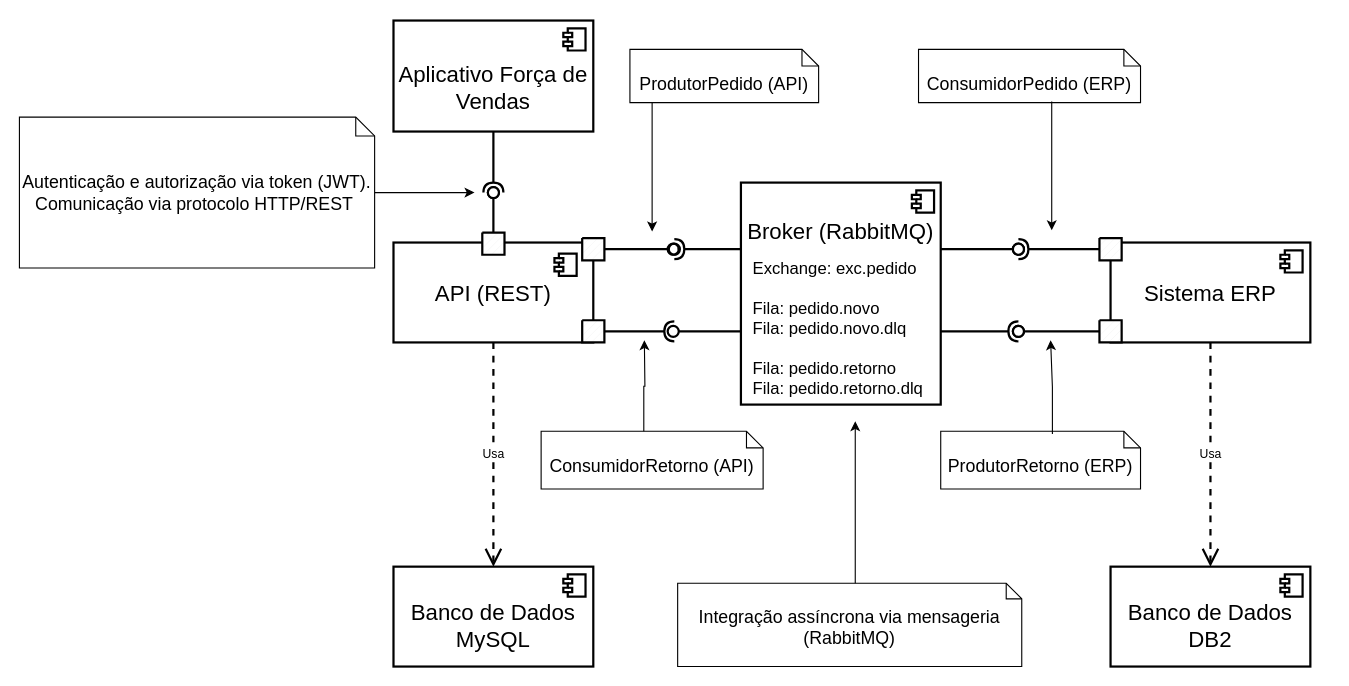
RicarlosJunior/TCC-MBA-Engenharia-Software-USP-Esalq keeps this draw.io diagram as tcc-final/artefatos/diagramas/DiagramaComponente.drawio. Above is the earlier version. Source tidied: cells renumbered, new cells numbered last; positions are measured from the earlier drawing's top-left corner, leaving out a move shared by most shapes. Both pictures are drawn from the tidied source at 111%, with x=0, y=0 at pixel (19, 20).
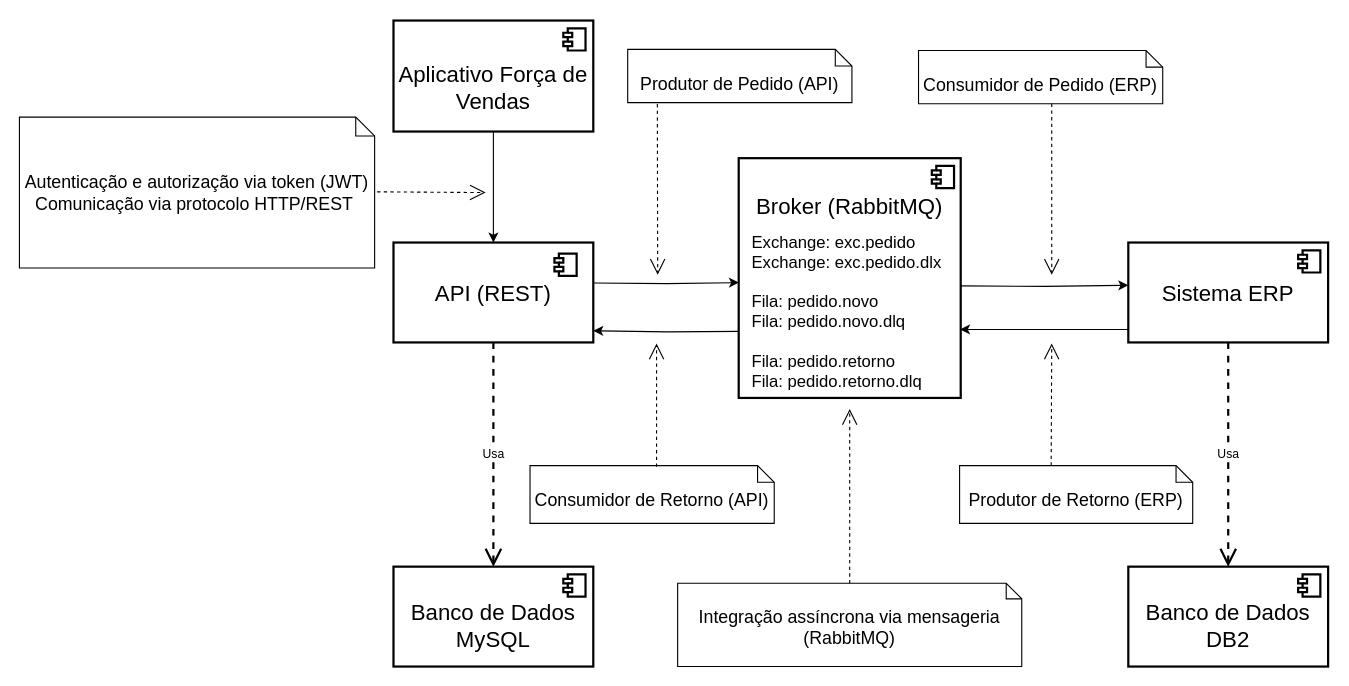
The same page after the edit.

Unchanged cells that the change refers to:
```xml
<mxCell id="2" value="Aplicativo Força de Vendas&lt;div&gt;&lt;br&gt;&lt;/div&gt;" style="html=1;whiteSpace=wrap;strokeWidth=2;fontStyle=0;fontSize=20;verticalAlign=top;spacingTop=30;" parent="1" vertex="1">
  <mxGeometry x="337" width="180" height="100" as="geometry" />
</mxCell>
<mxCell id="4" value="&lt;div&gt;API (REST)&lt;/div&gt;" style="html=1;whiteSpace=wrap;strokeWidth=2;fontStyle=0;fontSize=20;" parent="1" vertex="1">
  <mxGeometry x="337" y="200" width="180" height="90" as="geometry" />
</mxCell>
<mxCell id="23" value="&lt;div&gt;Banco de Dados MySQL&lt;/div&gt;" style="html=1;whiteSpace=wrap;strokeWidth=2;fontStyle=0;fontSize=20;verticalAlign=middle;spacingTop=15;" parent="1" vertex="1">
  <mxGeometry x="337" y="492" width="180" height="90" as="geometry" />
</mxCell>
<mxCell id="45" value="Integração assíncrona via mensageria (RabbitMQ)" style="shape=note2;boundedLbl=1;whiteSpace=wrap;html=1;size=14;verticalAlign=top;align=center;fontSize=16;strokeWidth=1;" parent="1" vertex="1">
  <mxGeometry x="593" y="507" width="310" height="75" as="geometry" />
</mxCell>
```

The edit, as a diff of the source:
```diff
@@
+    <mxCell id="51" style="edgeStyle=orthogonalEdgeStyle;rounded=0;jettySize=auto;html=1;entryX=0.5;entryY=0;entryDx=0;entryDy=0;" parent="1" edge="1" source="2" target="4">
+      <mxGeometry relative="1" as="geometry" />
+    </mxCell>
@@
-    <mxCell id="6" style="rounded=0;jettySize=auto;html=1;endArrow=halfCircle;endFill=0;endSize=6;strokeWidth=2;sketch=0;exitX=0.5;exitY=1;exitDx=0;exitDy=0;fontStyle=0;fontColor=light-dark(#000000,#000000);" parent="1" edge="1" source="2" target="8">
-      <mxGeometry relative="1" as="geometry" />
-    </mxCell>
-    <mxCell id="7" style="rounded=0;jettySize=auto;html=1;endArrow=oval;endFill=0;sketch=0;sourcePerimeterSpacing=0;targetPerimeterSpacing=0;endSize=10;exitX=0.5;exitY=0;exitDx=0;exitDy=0;strokeWidth=2;fontStyle=0;fontColor=light-dark(#000000,#000000);" parent="1" edge="1" source="4" target="8">
-      <mxGeometry relative="1" as="geometry" />
-    </mxCell>
-    <mxCell id="8" style="ellipse;whiteSpace=wrap;html=1;align=center;perimeter=centerPerimeter;points=[];outlineConnect=1;strokeWidth=2;fontStyle=0;" parent="1" vertex="1">
-      <mxGeometry x="422" y="150" width="10" height="10" as="geometry" />
-    </mxCell>
+    <mxCell id="52" style="edgeStyle=orthogonalEdgeStyle;rounded=0;orthogonalLoop=1;jettySize=auto;html=1;exitX=0;exitY=0.75;exitDx=0;exitDy=0;entryX=1;entryY=0.75;entryDx=0;entryDy=0;" parent="1" edge="1">
+      <mxGeometry relative="1" as="geometry">
+        <mxPoint x="649.5" y="280" as="sourcePoint" />
+        <mxPoint x="517" y="279.5" as="targetPoint" />
+      </mxGeometry>
+    </mxCell>
     <mxCell id="9" value="Broker (RabbitMQ)" style="whiteSpace=wrap;strokeWidth=2;fontStyle=0;fontSize=20;verticalAlign=top;horizontal=1;labelPosition=center;verticalLabelPosition=middle;align=center;spacingTop=25;" parent="1" vertex="1">
-      <mxGeometry x="650" y="146" width="180" height="200" as="geometry" />
+      <mxGeometry x="648" y="124" width="200" height="216" as="geometry" />
     </mxCell>
@@
-    <mxCell id="11" style="rounded=0;orthogonalLoop=1;jettySize=auto;html=1;endArrow=halfCircle;endFill=0;endSize=6;strokeWidth=2;sketch=0;exitX=0;exitY=0.5;exitDx=0;exitDy=0;fontStyle=0;fontColor=light-dark(#000000,#000000);" parent="1" edge="1">
-      <mxGeometry relative="1" as="geometry">
-        <mxPoint x="650" y="206" as="sourcePoint" />
-        <mxPoint x="590" y="206" as="targetPoint" />
-      </mxGeometry>
-    </mxCell>
-    <mxCell id="12" style="rounded=0;orthogonalLoop=1;jettySize=auto;html=1;endArrow=oval;endFill=0;sketch=0;sourcePerimeterSpacing=0;targetPerimeterSpacing=0;endSize=10;strokeWidth=2;fontStyle=0;fontColor=light-dark(#000000,#000000);" parent="1" edge="1">
-      <mxGeometry relative="1" as="geometry">
-        <mxPoint x="593" y="206" as="sourcePoint" />
-        <mxPoint x="590" y="206" as="targetPoint" />
-      </mxGeometry>
-    </mxCell>
-    <mxCell id="13" style="rounded=0;jettySize=auto;html=1;endArrow=halfCircle;endFill=0;endSize=6;strokeWidth=2;sketch=0;fontStyle=0;fontColor=light-dark(#000000,#000000);" parent="1" edge="1" source="34">
-      <mxGeometry relative="1" as="geometry">
-        <mxPoint x="590" y="280" as="targetPoint" />
-      </mxGeometry>
-    </mxCell>
-    <mxCell id="14" style="rounded=0;orthogonalLoop=1;jettySize=auto;html=1;endArrow=oval;endFill=0;sketch=0;sourcePerimeterSpacing=0;targetPerimeterSpacing=0;endSize=10;strokeWidth=2;fontStyle=0;fontColor=light-dark(#000000,#000000);" parent="1" edge="1">
-      <mxGeometry relative="1" as="geometry">
-        <mxPoint x="650" y="280" as="sourcePoint" />
-        <mxPoint x="589" y="280" as="targetPoint" />
-      </mxGeometry>
-    </mxCell>
     <mxCell id="15" value="&lt;div&gt;Sistema ERP&lt;/div&gt;" style="html=1;whiteSpace=wrap;strokeWidth=2;fontStyle=0;fontSize=20;" parent="1" vertex="1">
-      <mxGeometry x="983" y="200" width="180" height="90" as="geometry" />
+      <mxGeometry x="999" y="200" width="180" height="90" as="geometry" />
     </mxCell>
@@
-    <mxCell id="17" style="rounded=0;jettySize=auto;html=1;endArrow=halfCircle;endFill=0;endSize=6;strokeWidth=2;sketch=0;exitX=0;exitY=0.5;exitDx=0;exitDy=0;fontStyle=0;fontColor=light-dark(#000000,#000000);" parent="1" edge="1" source="31" target="19">
-      <mxGeometry relative="1" as="geometry" />
-    </mxCell>
-    <mxCell id="18" style="rounded=0;jettySize=auto;html=1;endArrow=oval;endFill=0;sketch=0;sourcePerimeterSpacing=0;targetPerimeterSpacing=0;endSize=10;strokeWidth=2;fontStyle=0;fontColor=light-dark(#000000,#000000);" parent="1" edge="1" target="19">
-      <mxGeometry relative="1" as="geometry">
-        <mxPoint x="830" y="206" as="sourcePoint" />
-      </mxGeometry>
-    </mxCell>
-    <mxCell id="19" style="ellipse;whiteSpace=wrap;html=1;align=center;perimeter=centerPerimeter;points=[];outlineConnect=1;strokeWidth=2;fontStyle=0;" parent="1" vertex="1">
-      <mxGeometry x="895" y="201" width="10" height="10" as="geometry" />
-    </mxCell>
-    <mxCell id="20" style="rounded=0;jettySize=auto;html=1;endArrow=halfCircle;endFill=0;endSize=6;strokeWidth=2;sketch=0;fontStyle=0;fontColor=light-dark(#000000,#000000);entryX=0.35;entryY=0.533;entryDx=0;entryDy=0;entryPerimeter=0;" parent="1" edge="1" target="22">
-      <mxGeometry relative="1" as="geometry">
-        <mxPoint x="830" y="280" as="sourcePoint" />
-      </mxGeometry>
-    </mxCell>
-    <mxCell id="21" style="rounded=0;jettySize=auto;html=1;endArrow=oval;endFill=0;sketch=0;sourcePerimeterSpacing=0;targetPerimeterSpacing=0;endSize=10;strokeWidth=2;fontStyle=0;fontColor=light-dark(#000000,#000000);exitX=0;exitY=0.5;exitDx=0;exitDy=0;exitPerimeter=0;entryX=0.683;entryY=0.45;entryDx=0;entryDy=0;entryPerimeter=0;" parent="1" edge="1" source="32" target="22">
-      <mxGeometry relative="1" as="geometry" />
-    </mxCell>
-    <mxCell id="22" style="ellipse;whiteSpace=wrap;html=1;align=center;perimeter=centerPerimeter;points=[];outlineConnect=1;strokeWidth=2;fontStyle=0;" parent="1" vertex="1">
-      <mxGeometry x="895" y="275" width="10" height="10" as="geometry" />
-    </mxCell>
@@
-    <mxCell id="25" value="Usa" style="endArrow=open;endSize=12;dashed=1;html=1;rounded=0;exitX=0.5;exitY=1;exitDx=0;exitDy=0;entryX=0.5;entryY=0;entryDx=0;entryDy=0;strokeWidth=2;fontStyle=0;fontColor=light-dark(#000000,#000000);" parent="1" edge="1" source="4" target="23">
+    <mxCell id="25" value="Usa" style="endArrow=open;endSize=12;dashed=1;html=1;rounded=0;exitX=0.5;exitY=1;exitDx=0;exitDy=0;entryX=0.5;entryY=0;entryDx=0;entryDy=0;strokeWidth=2;fontStyle=0;fontColor=default;labelBackgroundColor=default;" parent="1" edge="1" source="4" target="23">
       <mxGeometry relative="1" as="geometry" />
     </mxCell>
     <mxCell id="26" value="&lt;div&gt;Banco de Dados DB2&lt;/div&gt;" style="html=1;whiteSpace=wrap;strokeWidth=2;fontStyle=0;fontSize=20;spacingTop=15;" parent="1" vertex="1">
-      <mxGeometry x="983" y="492" width="180" height="90" as="geometry" />
+      <mxGeometry x="999" y="492" width="180" height="90" as="geometry" />
     </mxCell>
@@
-    <mxCell id="28" value="Usa" style="endArrow=open;endSize=12;dashed=1;html=1;rounded=0;exitX=0.5;exitY=1;exitDx=0;exitDy=0;entryX=0.5;entryY=0;entryDx=0;entryDy=0;strokeWidth=2;fontStyle=0;fontColor=light-dark(#000000,#000000);" parent="1" edge="1" source="15" target="26">
+    <mxCell id="28" value="Usa" style="endArrow=open;endSize=12;dashed=1;html=1;rounded=0;exitX=0.5;exitY=1;exitDx=0;exitDy=0;entryX=0.5;entryY=0;entryDx=0;entryDy=0;strokeWidth=2;fontStyle=0;fontColor=default;" parent="1" edge="1" source="15" target="26">
       <mxGeometry relative="1" as="geometry" />
     </mxCell>
-    <mxCell id="29" style="verticalLabelPosition=bottom;verticalAlign=top;html=1;shape=mxgraph.basic.patternFillRect;fillStyle=diag;step=5;fillStrokeWidth=0.2;fillStrokeColor=#dddddd;strokeWidth=2;fontStyle=0;" parent="1" vertex="1">
-      <mxGeometry x="417" y="191" width="20" height="20" as="geometry" />
-    </mxCell>
-    <mxCell id="30" style="rounded=0;orthogonalLoop=1;jettySize=auto;html=1;endArrow=halfCircle;endFill=0;endSize=6;strokeWidth=2;sketch=0;exitX=0;exitY=0.5;exitDx=0;exitDy=0;fontStyle=0;fontColor=light-dark(#000000,#000000);" parent="1" edge="1">
-      <mxGeometry relative="1" as="geometry">
-        <mxPoint x="983" y="206" as="sourcePoint" />
-        <mxPoint x="993" y="206" as="targetPoint" />
-      </mxGeometry>
-    </mxCell>
-    <mxCell id="31" style="verticalLabelPosition=bottom;verticalAlign=top;html=1;shape=mxgraph.basic.patternFillRect;fillStyle=diag;step=5;fillStrokeWidth=0.2;fillStrokeColor=#dddddd;strokeWidth=2;fontStyle=0;" parent="1" vertex="1">
-      <mxGeometry x="973" y="196" width="20" height="20" as="geometry" />
-    </mxCell>
-    <mxCell id="32" style="verticalLabelPosition=bottom;verticalAlign=top;html=1;shape=mxgraph.basic.patternFillRect;fillStyle=diag;step=5;fillStrokeWidth=0.2;fillStrokeColor=#dddddd;strokeWidth=2;fontStyle=0;" parent="1" vertex="1">
-      <mxGeometry x="973" y="270" width="20" height="20" as="geometry" />
-    </mxCell>
-    <mxCell id="33" style="rounded=0;jettySize=auto;html=1;endArrow=halfCircle;endFill=0;endSize=6;strokeWidth=2;sketch=0;fontStyle=0;fontColor=light-dark(#000000,#000000);" parent="1" edge="1" target="34">
-      <mxGeometry relative="1" as="geometry">
-        <mxPoint x="517" y="280" as="sourcePoint" />
-      </mxGeometry>
-    </mxCell>
-    <mxCell id="34" style="verticalLabelPosition=bottom;verticalAlign=top;html=1;shape=mxgraph.basic.patternFillRect;fillStyle=diag;step=5;fillStrokeWidth=0.2;fillStrokeColor=#dddddd;strokeWidth=2;fontStyle=0;" parent="1" vertex="1">
-      <mxGeometry x="507" y="270" width="20" height="20" as="geometry" />
-    </mxCell>
-    <mxCell id="35" style="verticalLabelPosition=bottom;verticalAlign=top;html=1;shape=mxgraph.basic.patternFillRect;fillStyle=diag;step=5;fillStrokeWidth=0.2;fillStrokeColor=#dddddd;strokeWidth=2;fontStyle=0;" parent="1" vertex="1">
-      <mxGeometry x="507" y="196" width="20" height="20" as="geometry" />
-    </mxCell>
-    <mxCell id="36" style="edgeStyle=orthogonalEdgeStyle;rounded=0;jettySize=auto;html=1;" parent="1" edge="1" source="37">
-      <mxGeometry relative="1" as="geometry">
-        <mxPoint x="410" y="155" as="targetPoint" />
-      </mxGeometry>
-    </mxCell>
-    <mxCell id="37" value="Autenticação e autorização via token (JWT).&lt;br&gt;Comunicação via protocolo HTTP/REST&amp;nbsp;" style="shape=note2;boundedLbl=1;whiteSpace=wrap;html=1;size=17;verticalAlign=middle;align=center;fontSize=16;strokeWidth=1;" parent="1" vertex="1">
+    <mxCell id="37" value="Autenticação e autorização via token (JWT)&lt;br&gt;Comunicação via protocolo HTTP/REST&amp;nbsp;" style="shape=note2;boundedLbl=1;whiteSpace=wrap;html=1;size=17;verticalAlign=middle;align=center;fontSize=16;strokeWidth=1;" parent="1" vertex="1">
       <mxGeometry y="87" width="320" height="136" as="geometry" />
     </mxCell>
-    <mxCell id="38" style="edgeStyle=orthogonalEdgeStyle;rounded=0;orthogonalLoop=1;jettySize=auto;html=1;" parent="1" edge="1">
-      <mxGeometry relative="1" as="geometry">
-        <mxPoint x="570" y="74" as="sourcePoint" />
-        <mxPoint x="570" y="190" as="targetPoint" />
-      </mxGeometry>
-    </mxCell>
-    <mxCell id="39" value="ProdutorPedido (API)&lt;div&gt;&lt;br&gt;&lt;/div&gt;" style="shape=note2;boundedLbl=1;whiteSpace=wrap;html=1;size=15;verticalAlign=top;align=center;fontSize=16;strokeWidth=1;" parent="1" vertex="1">
-      <mxGeometry x="550" y="26" width="170" height="48" as="geometry" />
+    <mxCell id="39" value="Produtor de Pedido (API)&lt;div&gt;&lt;br&gt;&lt;/div&gt;" style="shape=note2;boundedLbl=1;whiteSpace=wrap;html=1;size=15;verticalAlign=top;align=center;fontSize=16;strokeWidth=1;" parent="1" vertex="1">
+      <mxGeometry x="548" y="26" width="202" height="48" as="geometry" />
     </mxCell>
-    <mxCell id="40" value="ConsumidorRetorno (API)&lt;div&gt;&lt;br&gt;&lt;/div&gt;&lt;div&gt;&lt;br&gt;&lt;div&gt;&lt;br&gt;&lt;/div&gt;&lt;/div&gt;" style="shape=note2;boundedLbl=1;whiteSpace=wrap;html=1;size=15;verticalAlign=top;align=center;fontSize=16;strokeWidth=1;" parent="1" vertex="1">
-      <mxGeometry x="470" y="370" width="200" height="52" as="geometry" />
+    <mxCell id="40" value="Consumidor de Retorno (API)&lt;div&gt;&lt;br&gt;&lt;/div&gt;&lt;div&gt;&lt;br&gt;&lt;div&gt;&lt;br&gt;&lt;/div&gt;&lt;/div&gt;" style="shape=note2;boundedLbl=1;whiteSpace=wrap;html=1;size=15;verticalAlign=top;align=center;fontSize=16;strokeWidth=1;" parent="1" vertex="1">
+      <mxGeometry x="460" y="401" width="220" height="52" as="geometry" />
     </mxCell>
-    <mxCell id="41" value="ConsumidorPedido (ERP)&lt;div&gt;&lt;br&gt;&lt;/div&gt;&lt;div&gt;&lt;br&gt;&lt;div&gt;&lt;br&gt;&lt;/div&gt;&lt;/div&gt;" style="shape=note2;boundedLbl=1;whiteSpace=wrap;html=1;size=15;verticalAlign=top;align=center;fontSize=16;strokeWidth=1;" parent="1" vertex="1">
-      <mxGeometry x="810" y="26" width="200" height="48" as="geometry" />
+    <mxCell id="41" value="Consumidor de Pedido (ERP)&lt;div&gt;&lt;br&gt;&lt;/div&gt;&lt;div&gt;&lt;br&gt;&lt;div&gt;&lt;br&gt;&lt;/div&gt;&lt;/div&gt;" style="shape=note2;boundedLbl=1;whiteSpace=wrap;html=1;size=15;verticalAlign=top;align=center;fontSize=16;strokeWidth=1;" parent="1" vertex="1">
+      <mxGeometry x="810" y="27" width="220" height="48" as="geometry" />
     </mxCell>
-    <mxCell id="42" value="ProdutorRetorno&amp;nbsp;&lt;span style=&quot;background-color: transparent; color: light-dark(rgb(0, 0, 0), rgb(255, 255, 255));&quot;&gt;(ERP)&lt;/span&gt;" style="shape=note2;boundedLbl=1;whiteSpace=wrap;html=1;size=15;verticalAlign=top;align=center;fontSize=16;strokeWidth=1;" parent="1" vertex="1">
-      <mxGeometry x="830" y="370" width="180" height="52" as="geometry" />
+    <mxCell id="42" value="Produtor de Retorno&amp;nbsp;&lt;span style=&quot;background-color: transparent; color: light-dark(rgb(0, 0, 0), rgb(255, 255, 255));&quot;&gt;(ERP)&lt;/span&gt;" style="shape=note2;boundedLbl=1;whiteSpace=wrap;html=1;size=15;verticalAlign=top;align=center;fontSize=16;strokeWidth=1;" parent="1" vertex="1">
+      <mxGeometry x="847" y="401" width="210" height="52" as="geometry" />
     </mxCell>
@@
-    <mxCell id="44" style="edgeStyle=orthogonalEdgeStyle;rounded=0;orthogonalLoop=1;jettySize=auto;html=1;entryX=0.5;entryY=1;entryDx=0;entryDy=0;" parent="1" edge="1">
-      <mxGeometry relative="1" as="geometry">
-        <mxPoint x="753" y="511" as="sourcePoint" />
-        <mxPoint x="753" y="361" as="targetPoint" />
-      </mxGeometry>
-    </mxCell>
@@
-    <mxCell id="46" style="rounded=0;jettySize=auto;html=1;endArrow=oval;endFill=0;sketch=0;sourcePerimeterSpacing=0;targetPerimeterSpacing=0;endSize=10;strokeWidth=2;fontStyle=0;fontColor=light-dark(#000000,#000000);exitX=1;exitY=0.5;exitDx=0;exitDy=0;exitPerimeter=0;" parent="1" edge="1" source="35">
-      <mxGeometry relative="1" as="geometry">
-        <mxPoint x="589" y="206" as="targetPoint" />
-      </mxGeometry>
-    </mxCell>
-    <mxCell id="47" style="edgeStyle=orthogonalEdgeStyle;rounded=0;jettySize=auto;html=1;exitX=0;exitY=0;exitDx=92.5;exitDy=0;exitPerimeter=0;" parent="1" edge="1" source="40">
-      <mxGeometry relative="1" as="geometry">
-        <mxPoint x="563" y="288" as="targetPoint" />
-      </mxGeometry>
-    </mxCell>
-    <mxCell id="48" style="edgeStyle=orthogonalEdgeStyle;rounded=0;jettySize=auto;html=1;exitX=0.559;exitY=0.049;exitDx=0;exitDy=0;exitPerimeter=0;" parent="1" edge="1" source="42">
-      <mxGeometry relative="1" as="geometry">
-        <mxPoint x="929" y="288" as="targetPoint" />
-        <Array as="points">
-          <mxPoint x="931" y="330" />
-          <mxPoint x="930" y="288" />
-        </Array>
-      </mxGeometry>
-    </mxCell>
-    <mxCell id="49" style="edgeStyle=orthogonalEdgeStyle;rounded=0;orthogonalLoop=1;jettySize=auto;html=1;" parent="1" edge="1">
-      <mxGeometry relative="1" as="geometry">
-        <mxPoint x="930" y="73" as="sourcePoint" />
-        <mxPoint x="930" y="189" as="targetPoint" />
-        <Array as="points">
-          <mxPoint x="930" y="83" />
-          <mxPoint x="930" y="83" />
-        </Array>
-      </mxGeometry>
-    </mxCell>
-    <mxCell id="50" value="&lt;span&gt;Exchange: exc.pedido&lt;/span&gt;&lt;div&gt;&lt;br&gt;&lt;div&gt;&lt;span&gt;Fila: pedido.novo&lt;/span&gt;&lt;br&gt;Fila: pedido.novo.dlq&lt;/div&gt;&lt;div&gt;&lt;br&gt;&lt;/div&gt;&lt;div&gt;&lt;span&gt;Fila: pedido.retorno&lt;/span&gt;&lt;/div&gt;&lt;div&gt;Fila: pedido.retorno.dlq&lt;span&gt;&lt;/span&gt;&lt;/div&gt;&lt;/div&gt;" style="text;whiteSpace=wrap;html=1;fontSize=15;align=left;" parent="1" vertex="1">
-      <mxGeometry x="659" y="208" width="162" height="140" as="geometry" />
+    <mxCell id="50" value="&lt;span&gt;Exchange: exc.pedido&lt;/span&gt;&lt;div&gt;Exchange: exc.pedido.dlx&lt;br&gt;&lt;div&gt;&lt;br&gt;&lt;div&gt;&lt;span&gt;Fila: pedido.novo&lt;/span&gt;&lt;br&gt;Fila: pedido.novo.dlq&lt;/div&gt;&lt;div&gt;&lt;br&gt;&lt;/div&gt;&lt;div&gt;&lt;span&gt;Fila: pedido.retorno&lt;/span&gt;&lt;/div&gt;&lt;div&gt;Fila: pedido.retorno.dlq&lt;span&gt;&lt;/span&gt;&lt;/div&gt;&lt;/div&gt;&lt;/div&gt;" style="text;whiteSpace=wrap;html=1;fontSize=15;align=left;" parent="1" vertex="1">
+      <mxGeometry x="658" y="184" width="181" height="149" as="geometry" />
     </mxCell>
+    <mxCell id="53" style="edgeStyle=orthogonalEdgeStyle;rounded=0;orthogonalLoop=1;jettySize=auto;html=1;exitX=1;exitY=0.25;exitDx=0;exitDy=0;entryX=0.001;entryY=0.454;entryDx=0;entryDy=0;entryPerimeter=0;" parent="1" edge="1">
+      <mxGeometry relative="1" as="geometry">
+        <mxPoint x="517" y="236.5" as="sourcePoint" />
+        <mxPoint x="648.2" y="236.1" as="targetPoint" />
+      </mxGeometry>
+    </mxCell>
+    <mxCell id="54" style="edgeStyle=orthogonalEdgeStyle;rounded=0;orthogonalLoop=1;jettySize=auto;html=1;entryX=0;entryY=0.25;entryDx=0;entryDy=0;" parent="1" edge="1">
+      <mxGeometry relative="1" as="geometry">
+        <mxPoint x="848" y="239" as="sourcePoint" />
+        <mxPoint x="999" y="238.5" as="targetPoint" />
+      </mxGeometry>
+    </mxCell>
+    <mxCell id="55" style="edgeStyle=orthogonalEdgeStyle;rounded=0;orthogonalLoop=1;jettySize=auto;html=1;entryX=0.997;entryY=0.668;entryDx=0;entryDy=0;entryPerimeter=0;" parent="1" edge="1">
+      <mxGeometry relative="1" as="geometry">
+        <mxPoint x="999" y="280" as="sourcePoint" />
+        <mxPoint x="847.4" y="278.3" as="targetPoint" />
+        <Array as="points">
+          <mxPoint x="999" y="278" />
+        </Array>
+      </mxGeometry>
+    </mxCell>
+    <mxCell id="56" style="endArrow=open;endSize=12;dashed=1;html=1;rounded=0;exitX=0.204;exitY=1.047;exitDx=0;exitDy=0;exitPerimeter=0;" parent="1" edge="1">
+      <mxGeometry relative="1" as="geometry">
+        <mxPoint x="574.7" y="75.3" as="sourcePoint" />
+        <mxPoint x="575" y="229" as="targetPoint" />
+      </mxGeometry>
+    </mxCell>
+    <mxCell id="57" style="endArrow=open;endSize=12;dashed=1;html=1;rounded=0;exitX=0.204;exitY=1.047;exitDx=0;exitDy=0;exitPerimeter=0;" parent="1" edge="1">
+      <mxGeometry relative="1" as="geometry">
+        <mxPoint x="930" y="75" as="sourcePoint" />
+        <mxPoint x="930" y="229" as="targetPoint" />
+      </mxGeometry>
+    </mxCell>
+    <mxCell id="58" style="endArrow=open;endSize=12;dashed=1;html=1;rounded=0;exitX=0;exitY=0;exitDx=82.5;exitDy=0;exitPerimeter=0;" parent="1" edge="1" source="42">
+      <mxGeometry relative="1" as="geometry">
+        <mxPoint x="930" y="291" as="targetPoint" />
+      </mxGeometry>
+    </mxCell>
+    <mxCell id="59" style="endArrow=open;endSize=12;dashed=1;html=1;rounded=0;" parent="1" edge="1">
+      <mxGeometry relative="1" as="geometry">
+        <mxPoint x="574" y="402" as="sourcePoint" />
+        <mxPoint x="574" y="291" as="targetPoint" />
+      </mxGeometry>
+    </mxCell>
+    <mxCell id="60" style="endArrow=open;endSize=12;dashed=1;html=1;rounded=0;exitX=1.007;exitY=0.495;exitDx=0;exitDy=0;exitPerimeter=0;" parent="1" edge="1" source="37">
+      <mxGeometry relative="1" as="geometry">
+        <mxPoint x="420" y="155" as="targetPoint" />
+      </mxGeometry>
+    </mxCell>
+    <mxCell id="61" style="endArrow=open;endSize=12;dashed=1;html=1;rounded=0;exitX=0.5;exitY=0;exitDx=0;exitDy=0;exitPerimeter=0;" parent="1" edge="1" source="45">
+      <mxGeometry relative="1" as="geometry">
+        <mxPoint x="748" y="350" as="targetPoint" />
+      </mxGeometry>
+    </mxCell>
```
